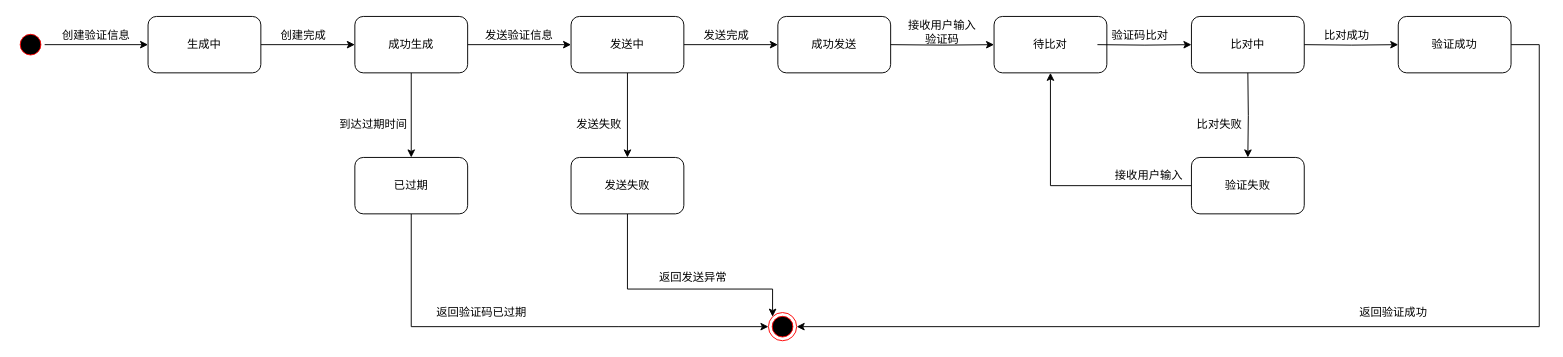
The draw.io diagram Vertification状态图.drawio in PomeloLemon/SoftwareDiagrams, before the edit. Source tidied: cells renumbered, new cells numbered last; positions are measured from the earlier drawing's top-left corner, leaving out a move shared by most shapes. Both pictures are drawn from the tidied source at 94%, with x=0, y=0 at pixel (16, 16).
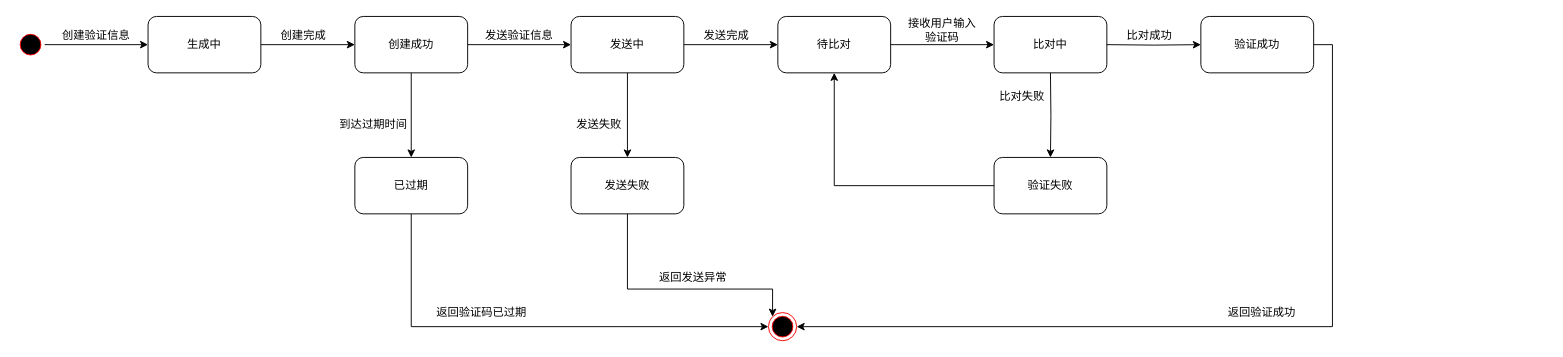
Above is the later version.

Commit message (it also covers changes not shown here):
更新Vertification状态图.drawio

The change refers to these unchanged cells:
```xml
<mxCell id="29" style="ellipse;html=1;shape=endState;fillColor=#000000;strokeColor=#ff0000;" parent="1" vertex="1">
  <mxGeometry x="800" y="315" width="30" height="30" as="geometry" />
</mxCell>
```

Change to the diagram source:
```diff
@@
-    <mxCell id="9" value="成功生成" style="rounded=1;whiteSpace=wrap;html=1;" parent="1" vertex="1">
+    <mxCell id="9" value="创建成功" style="rounded=1;whiteSpace=wrap;html=1;" parent="1" vertex="1">
       <mxGeometry x="360" width="120" height="60" as="geometry" />
     </mxCell>
@@
-    <mxCell id="14" value="成功发送" style="rounded=1;whiteSpace=wrap;html=1;" parent="1" vertex="1">
+    <mxCell id="14" value="待比对" style="rounded=1;whiteSpace=wrap;html=1;" parent="1" vertex="1">
       <mxGeometry x="810" width="120" height="60" as="geometry" />
     </mxCell>
@@
-    <mxCell id="17" style="edgeStyle=orthogonalEdgeStyle;rounded=0;jettySize=auto;html=1;" parent="1" edge="1" target="18">
+    <mxCell id="17" style="edgeStyle=orthogonalEdgeStyle;rounded=0;orthogonalLoop=1;jettySize=auto;html=1;" parent="1" edge="1">
       <mxGeometry relative="1" as="geometry">
         <mxPoint x="930" y="30" as="sourcePoint" />
+        <mxPoint x="1040" y="30" as="targetPoint" />
       </mxGeometry>
     </mxCell>
-    <mxCell id="18" value="待比对" style="rounded=1;whiteSpace=wrap;html=1;" parent="1" vertex="1">
-      <mxGeometry x="1040" width="120" height="60" as="geometry" />
-    </mxCell>
     <mxCell id="19" value="接收用户输入&lt;br&gt;验证码" style="text;html=1;strokeColor=none;fillColor=none;align=center;verticalAlign=middle;whiteSpace=wrap;rounded=0;" parent="1" vertex="1">
-      <mxGeometry x="920" y="2" width="130" height="30" as="geometry" />
+      <mxGeometry x="920" width="130" height="30" as="geometry" />
     </mxCell>
-    <mxCell id="20" style="edgeStyle=orthogonalEdgeStyle;rounded=0;jettySize=auto;html=1;entryX=0;entryY=0.5;entryDx=0;entryDy=0;" parent="1" edge="1" target="21">
-      <mxGeometry relative="1" as="geometry">
-        <mxPoint x="1150" y="30" as="sourcePoint" />
-      </mxGeometry>
-    </mxCell>
     <mxCell id="21" value="比对中" style="rounded=1;whiteSpace=wrap;html=1;" parent="1" vertex="1">
-      <mxGeometry x="1250" width="120" height="60" as="geometry" />
+      <mxGeometry x="1040" width="120" height="60" as="geometry" />
     </mxCell>
-    <mxCell id="22" value="验证码比对" style="text;html=1;align=center;verticalAlign=middle;strokeColor=none;fillColor=none;" parent="1" vertex="1">
-      <mxGeometry x="1155" y="5" width="80" height="30" as="geometry" />
-    </mxCell>
@@
     <mxCell id="32" style="edgeStyle=orthogonalEdgeStyle;rounded=0;jettySize=auto;html=1;entryX=0;entryY=0.5;entryDx=0;entryDy=0;" parent="1" edge="1" target="34">
       <mxGeometry relative="1" as="geometry">
-        <mxPoint x="1370" y="30" as="sourcePoint" />
+        <mxPoint x="1160" y="30" as="sourcePoint" />
       </mxGeometry>
     </mxCell>
     <mxCell id="33" style="edgeStyle=orthogonalEdgeStyle;rounded=0;jettySize=auto;html=1;entryX=1;entryY=0.5;entryDx=0;entryDy=0;" parent="1" edge="1" source="34" target="29">
       <mxGeometry relative="1" as="geometry">
         <Array as="points">
-          <mxPoint x="1620" y="30" />
-          <mxPoint x="1620" y="330" />
+          <mxPoint x="1400" y="30" />
+          <mxPoint x="1400" y="330" />
         </Array>
       </mxGeometry>
     </mxCell>
     <mxCell id="34" value="验证成功" style="rounded=1;whiteSpace=wrap;html=1;" parent="1" vertex="1">
-      <mxGeometry x="1470" width="120" height="60" as="geometry" />
+      <mxGeometry x="1260" width="120" height="60" as="geometry" />
     </mxCell>
     <mxCell id="35" value="比对成功" style="text;html=1;align=center;verticalAlign=middle;strokeColor=none;fillColor=none;" parent="1" vertex="1">
-      <mxGeometry x="1380" y="5" width="70" height="30" as="geometry" />
+      <mxGeometry x="1170" y="5" width="70" height="30" as="geometry" />
     </mxCell>
     <mxCell id="36" value="返回验证成功" style="text;html=1;strokeColor=none;fillColor=none;align=center;verticalAlign=middle;whiteSpace=wrap;rounded=0;" parent="1" vertex="1">
-      <mxGeometry x="1390" y="300" width="150" height="30" as="geometry" />
+      <mxGeometry x="1250" y="300" width="150" height="30" as="geometry" />
     </mxCell>
     <mxCell id="37" style="edgeStyle=orthogonalEdgeStyle;rounded=0;jettySize=auto;html=1;entryX=0.5;entryY=0;entryDx=0;entryDy=0;" parent="1" edge="1" target="39">
       <mxGeometry relative="1" as="geometry">
-        <mxPoint x="1310" y="60" as="sourcePoint" />
+        <mxPoint x="1100" y="60" as="sourcePoint" />
       </mxGeometry>
     </mxCell>
-    <mxCell id="38" style="edgeStyle=orthogonalEdgeStyle;rounded=0;jettySize=auto;html=1;entryX=0.5;entryY=1;entryDx=0;entryDy=0;" parent="1" edge="1" source="39" target="18">
-      <mxGeometry relative="1" as="geometry" />
-    </mxCell>
+    <mxCell id="42" style="edgeStyle=orthogonalEdgeStyle;rounded=0;jettySize=auto;html=1;entryX=0.5;entryY=1;entryDx=0;entryDy=0;" parent="1" edge="1" source="39" target="14">
+      <mxGeometry relative="1" as="geometry" />
+    </mxCell>
     <mxCell id="39" value="验证失败" style="rounded=1;whiteSpace=wrap;html=1;" parent="1" vertex="1">
-      <mxGeometry x="1250" y="150" width="120" height="60" as="geometry" />
+      <mxGeometry x="1040" y="150" width="120" height="60" as="geometry" />
     </mxCell>
     <mxCell id="40" value="比对失败" style="text;html=1;strokeColor=none;fillColor=none;align=center;verticalAlign=middle;whiteSpace=wrap;rounded=0;" parent="1" vertex="1">
-      <mxGeometry x="1250" y="100" width="60" height="30" as="geometry" />
+      <mxGeometry x="1040" y="70" width="60" height="30" as="geometry" />
     </mxCell>
-    <mxCell id="41" value="接收用户输入" style="text;html=1;strokeColor=none;fillColor=none;align=center;verticalAlign=middle;whiteSpace=wrap;rounded=0;" parent="1" vertex="1">
-      <mxGeometry x="1140" y="154" width="130" height="30" as="geometry" />
-    </mxCell>
```
